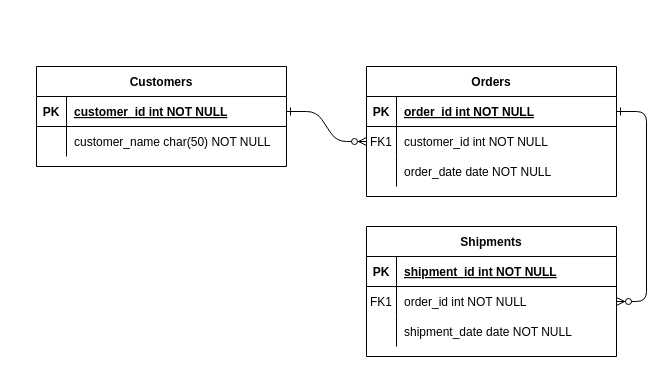
The draw.io diagram Диаграмма без названия.drawio in Dornell1/intro-to-backend, before the edit. Source tidied: cells renumbered, new cells numbered last; positions are measured from the earlier drawing's top-left corner, leaving out a move shared by most shapes. Both pictures are drawn from the tidied source at 100%, with x=0, y=0 at pixel (36, 66).
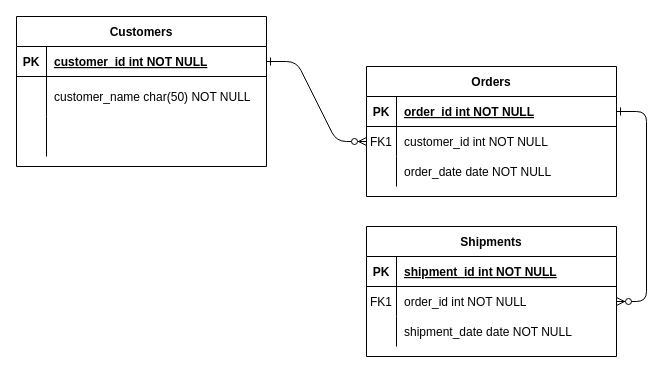
The same page after the edit.

The edit, as a diff of the source:
```diff
@@
     <mxCell id="24" value="Customers" style="shape=table;startSize=30;childLayout=tableLayout;rowLines=0;fontStyle=1;align=center;" parent="1" vertex="1">
-      <mxGeometry width="250" height="100" as="geometry" />
+      <mxGeometry x="-20" y="-50" width="250" height="150" as="geometry" />
     </mxCell>
@@
     <mxCell id="28" style="shape=partialRectangle;fillColor=none;top=0;left=0;right=0;bottom=0;" parent="24" vertex="1">
-      <mxGeometry y="60" width="250" height="30" as="geometry" />
+      <mxGeometry y="60" width="250" height="40" as="geometry" />
     </mxCell>
     <mxCell id="29" style="shape=partialRectangle;overflow=hidden;fillColor=none;top=0;left=0;bottom=0;right=0;" parent="28" vertex="1">
-      <mxGeometry width="30" height="30" as="geometry" />
+      <mxGeometry width="30" height="40" as="geometry" />
     </mxCell>
     <mxCell id="30" value="customer_name char(50) NOT NULL" style="shape=partialRectangle;overflow=hidden;fillColor=none;top=0;left=0;bottom=0;right=0;align=left;spacingLeft=6;" parent="28" vertex="1">
-      <mxGeometry x="30" width="220" height="30" as="geometry" />
+      <mxGeometry x="30" width="220" height="40" as="geometry" />
     </mxCell>
+    <mxCell id="31" style="shape=partialRectangle;fillColor=none;top=0;left=0;right=0;bottom=0;" parent="24" vertex="1">
+      <mxGeometry y="100" width="250" height="40" as="geometry" />
+    </mxCell>
+    <mxCell id="32" style="shape=partialRectangle;overflow=hidden;fillColor=none;top=0;left=0;bottom=0;right=0;" parent="31" vertex="1">
+      <mxGeometry width="30" height="40" as="geometry" />
+    </mxCell>
+    <mxCell id="33" style="shape=partialRectangle;overflow=hidden;fillColor=none;top=0;left=0;bottom=0;right=0;align=left;spacingLeft=6;" parent="31" vertex="1">
+      <mxGeometry x="30" width="220" height="40" as="geometry" />
+    </mxCell>
```
